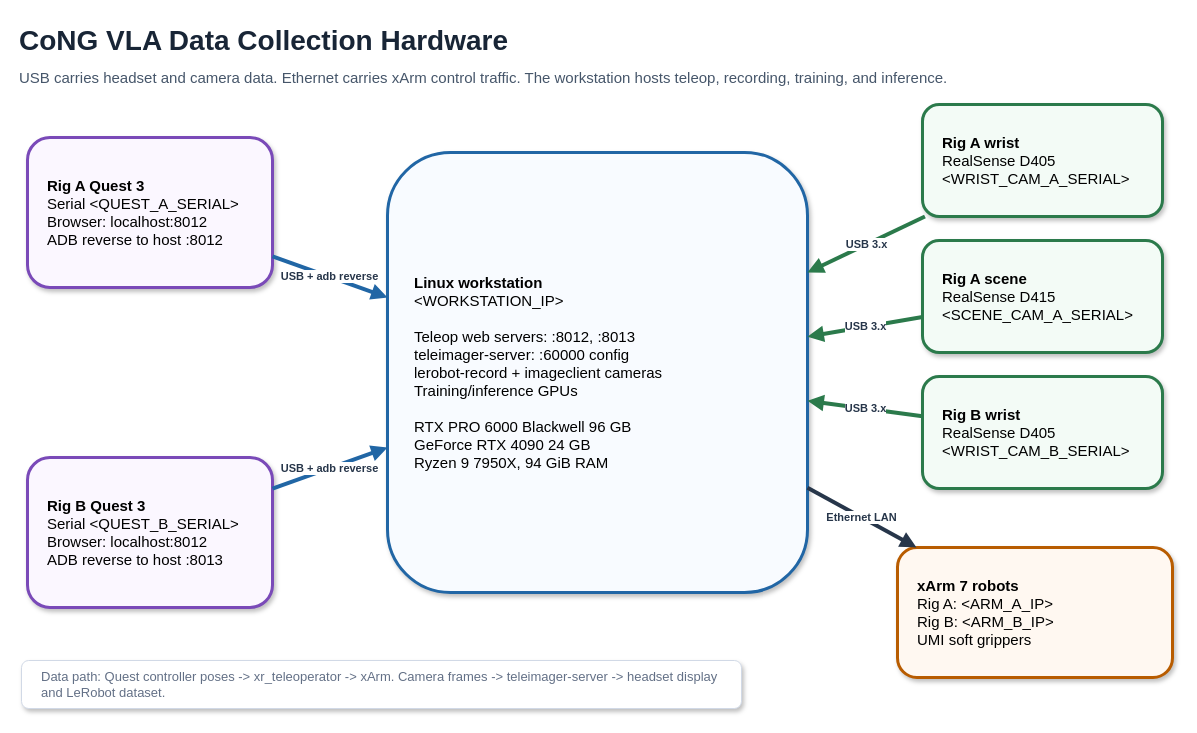
This is docs/vla-pipeline/assets/hardware_architecture.drawio from CoNG-harvard/handbook, a draw.io file, before an edit. Source tidied: cells renumbered, new cells numbered last; positions are measured from the earlier drawing's top-left corner, leaving out a move shared by most shapes. Both pictures are drawn from the tidied source at 100%, with x=0, y=0 at pixel (17, 17).
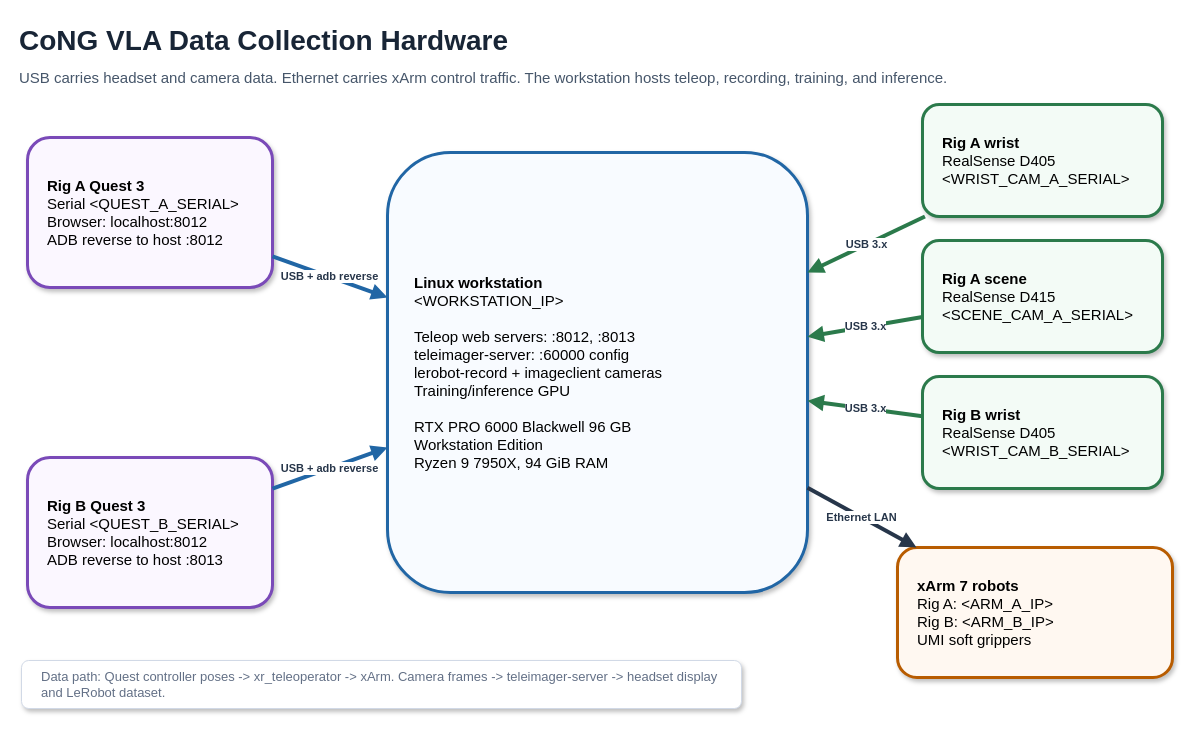
After the change.

Change to the diagram source:
```diff
@@
 <mxGraphModel>
   <root>
     <mxCell id="0" />
     <mxCell id="1" parent="0" />
     <mxCell id="2" value="CoNG VLA Data Collection Hardware" style="text;html=1;strokeColor=none;fillColor=none;fontSize=28;fontStyle=1;fontColor=#182536;align=left;verticalAlign=middle;whiteSpace=wrap;" parent="1" vertex="1">
       <mxGeometry width="540" height="45" as="geometry" />
     </mxCell>
     <mxCell id="3" value="USB carries headset and camera data. Ethernet carries xArm control traffic. The workstation hosts teleop, recording, training, and inference." style="text;html=1;strokeColor=none;fillColor=none;fontSize=15;fontColor=#46566a;align=left;whiteSpace=wrap;" parent="1" vertex="1">
       <mxGeometry y="45" width="1100" height="32" as="geometry" />
     </mxCell>
     <mxCell id="4" value="&lt;b&gt;Rig A Quest 3&lt;/b&gt;&lt;br&gt;Serial &amp;lt;QUEST_A_SERIAL&amp;gt;&lt;br&gt;Browser: localhost:8012&lt;br&gt;ADB reverse to host :8012" style="rounded=1;whiteSpace=wrap;html=1;fillColor=#fbf7ff;strokeColor=#7a4ab8;strokeWidth=3;fontSize=15;align=left;spacingLeft=18;shadow=1;" parent="1" vertex="1">
       <mxGeometry x="10" y="120" width="245" height="150" as="geometry" />
     </mxCell>
     <mxCell id="5" value="&lt;b&gt;Rig B Quest 3&lt;/b&gt;&lt;br&gt;Serial &amp;lt;QUEST_B_SERIAL&amp;gt;&lt;br&gt;Browser: localhost:8012&lt;br&gt;ADB reverse to host :8013" style="rounded=1;whiteSpace=wrap;html=1;fillColor=#fbf7ff;strokeColor=#7a4ab8;strokeWidth=3;fontSize=15;align=left;spacingLeft=18;shadow=1;" parent="1" vertex="1">
       <mxGeometry x="10" y="440" width="245" height="150" as="geometry" />
     </mxCell>
-    <mxCell id="6" value="&lt;b&gt;Linux workstation&lt;/b&gt;&lt;br&gt;&amp;lt;WORKSTATION_IP&amp;gt;&lt;br&gt;&lt;br&gt;Teleop web servers: :8012, :8013&lt;br&gt;teleimager-server: :60000 config&lt;br&gt;lerobot-record + imageclient cameras&lt;br&gt;Training/inference GPUs&lt;br&gt;&lt;br&gt;RTX PRO 6000 Blackwell 96 GB&lt;br&gt;GeForce RTX 4090 24 GB&lt;br&gt;Ryzen 9 7950X, 94 GiB RAM" style="rounded=1;whiteSpace=wrap;html=1;fillColor=#f8fbff;strokeColor=#2166a5;strokeWidth=3;fontSize=15;align=left;spacingLeft=25;shadow=1;" parent="1" vertex="1">
+    <mxCell id="6" value="&lt;b&gt;Linux workstation&lt;/b&gt;&lt;br&gt;&amp;lt;WORKSTATION_IP&amp;gt;&lt;br&gt;&lt;br&gt;Teleop web servers: :8012, :8013&lt;br&gt;teleimager-server: :60000 config&lt;br&gt;lerobot-record + imageclient cameras&lt;br&gt;Training/inference GPU&lt;br&gt;&lt;br&gt;RTX PRO 6000 Blackwell 96 GB&lt;br&gt;Workstation Edition&lt;br&gt;Ryzen 9 7950X, 94 GiB RAM" style="rounded=1;whiteSpace=wrap;html=1;fillColor=#f8fbff;strokeColor=#2166a5;strokeWidth=3;fontSize=15;align=left;spacingLeft=25;shadow=1;" parent="1" vertex="1">
       <mxGeometry x="370" y="135" width="420" height="440" as="geometry" />
     </mxCell>
     <mxCell id="7" value="&lt;b&gt;Rig A wrist&lt;/b&gt;&lt;br&gt;RealSense D405&lt;br&gt;&amp;lt;WRIST_CAM_A_SERIAL&amp;gt;" style="rounded=1;whiteSpace=wrap;html=1;fillColor=#f3fbf6;strokeColor=#2b7a4b;strokeWidth=3;fontSize=15;align=left;spacingLeft=18;shadow=1;" parent="1" vertex="1">
       <mxGeometry x="905" y="87" width="240" height="112" as="geometry" />
     </mxCell>
     <mxCell id="8" value="&lt;b&gt;Rig A scene&lt;/b&gt;&lt;br&gt;RealSense D415&lt;br&gt;&amp;lt;SCENE_CAM_A_SERIAL&amp;gt;" style="rounded=1;whiteSpace=wrap;html=1;fillColor=#f3fbf6;strokeColor=#2b7a4b;strokeWidth=3;fontSize=15;align=left;spacingLeft=18;shadow=1;" parent="1" vertex="1">
       <mxGeometry x="905" y="223" width="240" height="112" as="geometry" />
     </mxCell>
     <mxCell id="9" value="&lt;b&gt;Rig B wrist&lt;/b&gt;&lt;br&gt;RealSense D405&lt;br&gt;&amp;lt;WRIST_CAM_B_SERIAL&amp;gt;" style="rounded=1;whiteSpace=wrap;html=1;fillColor=#f3fbf6;strokeColor=#2b7a4b;strokeWidth=3;fontSize=15;align=left;spacingLeft=18;shadow=1;" parent="1" vertex="1">
       <mxGeometry x="905" y="359" width="240" height="112" as="geometry" />
     </mxCell>
     <mxCell id="10" value="&lt;b&gt;xArm 7 robots&lt;/b&gt;&lt;br&gt;Rig A: &amp;lt;ARM_A_IP&amp;gt;&lt;br&gt;Rig B: &amp;lt;ARM_B_IP&amp;gt;&lt;br&gt;UMI soft grippers" style="rounded=1;whiteSpace=wrap;html=1;fillColor=#fff8f1;strokeColor=#b85c00;strokeWidth=3;fontSize=15;align=left;spacingLeft=18;shadow=1;" parent="1" vertex="1">
       <mxGeometry x="880" y="530" width="275" height="130" as="geometry" />
     </mxCell>
     <mxCell id="11" value="USB + adb reverse" style="endArrow=block;html=1;rounded=1;strokeWidth=4;strokeColor=#2166a5;fontColor=#27364a;fontStyle=1;" parent="1" edge="1" source="4" target="6">
       <mxGeometry relative="1" as="geometry" />
     </mxCell>
     <mxCell id="12" value="USB + adb reverse" style="endArrow=block;html=1;rounded=1;strokeWidth=4;strokeColor=#2166a5;fontColor=#27364a;fontStyle=1;" parent="1" edge="1" source="5" target="6">
       <mxGeometry relative="1" as="geometry" />
     </mxCell>
     <mxCell id="13" value="USB 3.x" style="endArrow=block;html=1;rounded=1;strokeWidth=4;strokeColor=#2b7a4b;fontColor=#27364a;fontStyle=1;" parent="1" edge="1" source="7" target="6">
       <mxGeometry relative="1" as="geometry" />
     </mxCell>
     <mxCell id="14" value="USB 3.x" style="endArrow=block;html=1;rounded=1;strokeWidth=4;strokeColor=#2b7a4b;fontColor=#27364a;fontStyle=1;" parent="1" edge="1" source="8" target="6">
       <mxGeometry relative="1" as="geometry" />
     </mxCell>
     <mxCell id="15" value="USB 3.x" style="endArrow=block;html=1;rounded=1;strokeWidth=4;strokeColor=#2b7a4b;fontColor=#27364a;fontStyle=1;" parent="1" edge="1" source="9" target="6">
       <mxGeometry relative="1" as="geometry" />
     </mxCell>
     <mxCell id="16" value="Ethernet LAN" style="endArrow=block;html=1;rounded=1;strokeWidth=4;strokeColor=#27364a;fontColor=#27364a;fontStyle=1;" parent="1" edge="1" source="6" target="10">
       <mxGeometry relative="1" as="geometry" />
     </mxCell>
     <mxCell id="17" value="Data path: Quest controller poses -&gt; xr_teleoperator -&gt; xArm. Camera frames -&gt; teleimager-server -&gt; headset display and LeRobot dataset." style="rounded=1;whiteSpace=wrap;html=1;fillColor=#ffffff;strokeColor=#d1d9e6;fontSize=13;fontColor=#637086;align=left;spacingLeft=18;shadow=1;" parent="1" vertex="1">
       <mxGeometry x="4" y="643" width="720" height="48" as="geometry" />
     </mxCell>
   </root>
 </mxGraphModel>
```
